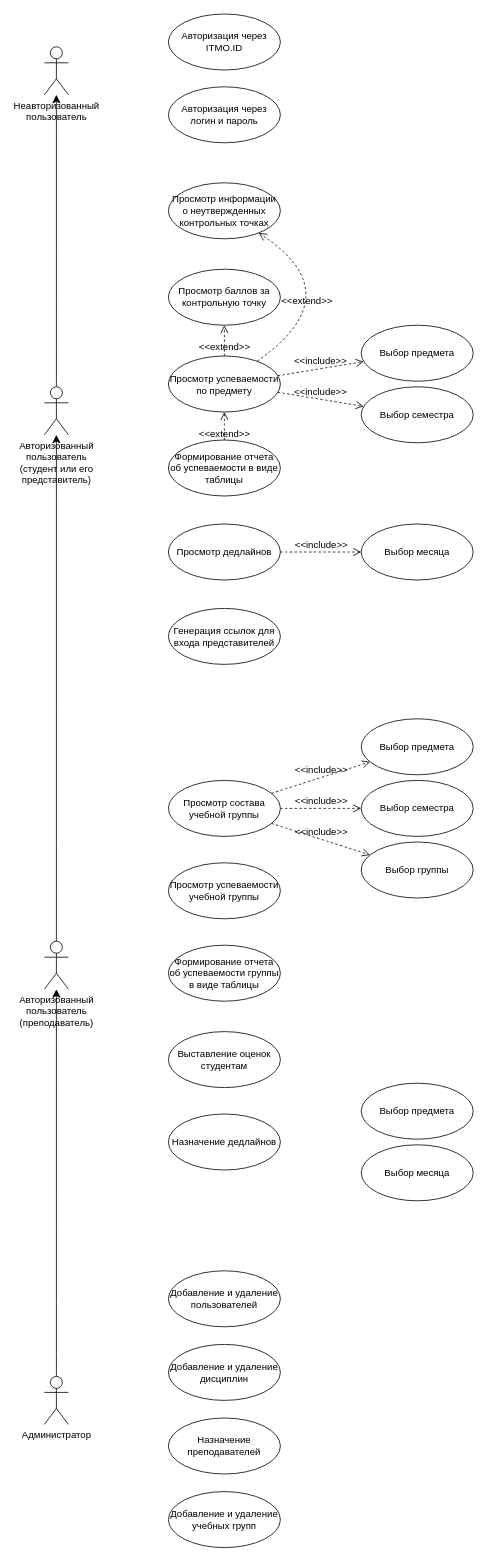
Above: OPILab1.drawio in public-v0id/ITMOOPILab1 (draw.io), before the change. Source tidied: cells renumbered, new cells numbered last; positions are measured from the earlier drawing's top-left corner, leaving out a move shared by most shapes. Both pictures are drawn from the tidied source at 80%, with x=0, y=0 at pixel (44, 14).
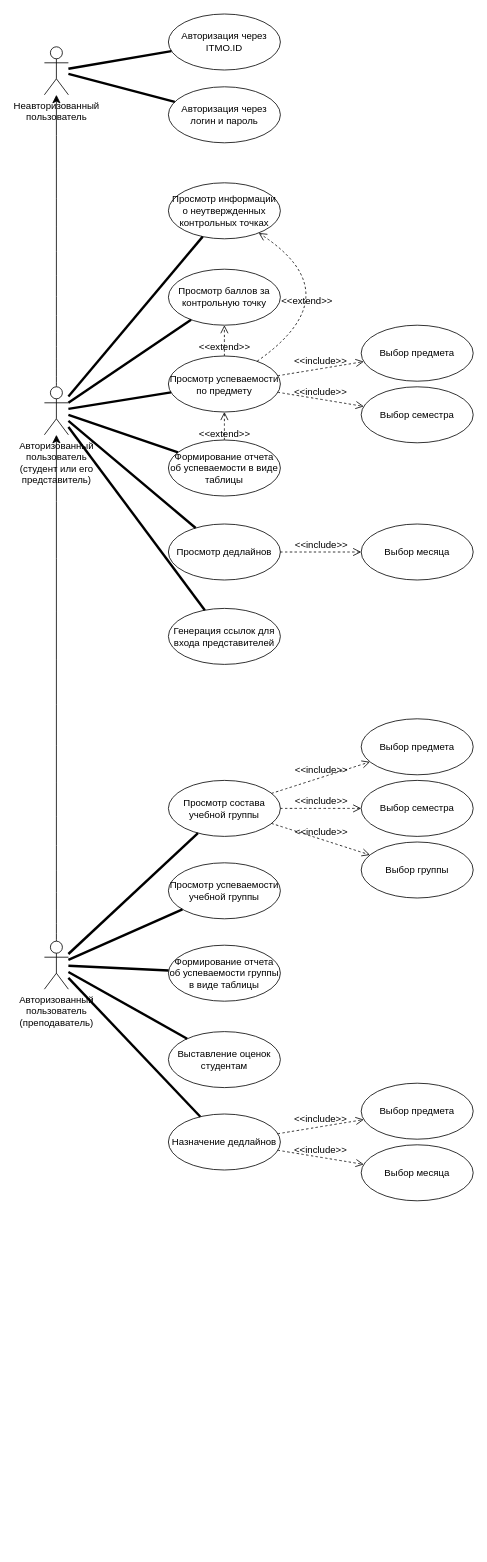
After the change.

The change refers to these unchanged cells:
```xml
<mxCell id="5" value="Авторизованный&lt;br&gt;пользователь&lt;br&gt;(преподаватель)" style="shape=umlActor;verticalLabelPosition=bottom;verticalAlign=top;html=1;" parent="1" vertex="1">
  <mxGeometry y="1159" width="30" height="60" as="geometry" />
</mxCell>
<mxCell id="7" value="&lt;div&gt;Авторизованный&lt;/div&gt;&lt;div&gt;пользователь&lt;/div&gt;&lt;div&gt;(студент или его&lt;/div&gt;&lt;div&gt;представитель)&lt;br&gt;&lt;/div&gt;" style="shape=umlActor;verticalLabelPosition=bottom;verticalAlign=top;html=1;" parent="1" vertex="1">
  <mxGeometry y="466" width="30" height="60" as="geometry" />
</mxCell>
<mxCell id="8" value="&lt;div&gt;Неавторизованный&lt;/div&gt;&lt;div&gt;пользователь&lt;br&gt;&lt;/div&gt;" style="shape=umlActor;verticalLabelPosition=bottom;verticalAlign=top;html=1;" parent="1" vertex="1">
  <mxGeometry y="41" width="30" height="60" as="geometry" />
</mxCell>
<mxCell id="9" value="&lt;div&gt;Авторизация через ITMO.ID&lt;/div&gt;" style="ellipse;whiteSpace=wrap;html=1;" parent="1" vertex="1">
  <mxGeometry x="155" width="140" height="70" as="geometry" />
</mxCell>
<mxCell id="10" value="Авторизация через логин и пароль" style="ellipse;whiteSpace=wrap;html=1;" parent="1" vertex="1">
  <mxGeometry x="155" y="91" width="140" height="70" as="geometry" />
</mxCell>
<mxCell id="11" value="Просмотр успеваемости по предмету" style="ellipse;whiteSpace=wrap;html=1;" parent="1" vertex="1">
  <mxGeometry x="155" y="427.5" width="140" height="70" as="geometry" />
</mxCell>
<mxCell id="16" value="Формирование отчета об успеваемости в виде таблицы" style="ellipse;whiteSpace=wrap;html=1;" parent="1" vertex="1">
  <mxGeometry x="155" y="532.5" width="140" height="70" as="geometry" />
</mxCell>
<mxCell id="18" value="Просмотр дедлайнов" style="ellipse;whiteSpace=wrap;html=1;" parent="1" vertex="1">
  <mxGeometry x="155" y="637.5" width="140" height="70" as="geometry" />
</mxCell>
<mxCell id="21" value="Просмотр баллов за контрольную точку" style="ellipse;whiteSpace=wrap;html=1;" parent="1" vertex="1">
  <mxGeometry x="155" y="319" width="140" height="70" as="geometry" />
</mxCell>
<mxCell id="22" value="&lt;div&gt;Просмотр информации о неутвержденных контрольных точках&lt;/div&gt;" style="ellipse;whiteSpace=wrap;html=1;" parent="1" vertex="1">
  <mxGeometry x="155" y="211" width="140" height="70" as="geometry" />
</mxCell>
<mxCell id="25" value="&lt;div&gt;Генерация ссылок для входа представителей&lt;/div&gt;" style="ellipse;whiteSpace=wrap;html=1;" parent="1" vertex="1">
  <mxGeometry x="155" y="743" width="140" height="70" as="geometry" />
</mxCell>
<mxCell id="26" value="Просмотр состава учебной группы" style="ellipse;whiteSpace=wrap;html=1;" parent="1" vertex="1">
  <mxGeometry x="155" y="958" width="140" height="70" as="geometry" />
</mxCell>
<mxCell id="33" value="Просмотр успеваемости учебной группы" style="ellipse;whiteSpace=wrap;html=1;" parent="1" vertex="1">
  <mxGeometry x="155" y="1061" width="140" height="70" as="geometry" />
</mxCell>
<mxCell id="34" value="Выставление оценок студентам" style="ellipse;whiteSpace=wrap;html=1;" parent="1" vertex="1">
  <mxGeometry x="155" y="1272" width="140" height="70" as="geometry" />
</mxCell>
<mxCell id="35" value="Назначение дедлайнов" style="ellipse;whiteSpace=wrap;html=1;" parent="1" vertex="1">
  <mxGeometry x="155" y="1375" width="140" height="70" as="geometry" />
</mxCell>
<mxCell id="36" value="Выбор предмета" style="ellipse;whiteSpace=wrap;html=1;" parent="1" vertex="1">
  <mxGeometry x="396" y="1336.5" width="140" height="70" as="geometry" />
</mxCell>
<mxCell id="37" value="Выбор месяца" style="ellipse;whiteSpace=wrap;html=1;" parent="1" vertex="1">
  <mxGeometry x="396" y="1413.5" width="140" height="70" as="geometry" />
</mxCell>
<mxCell id="38" value="&lt;div&gt;Формирование отчета об успеваемости группы в виде таблицы&lt;/div&gt;" style="ellipse;whiteSpace=wrap;html=1;" parent="1" vertex="1">
  <mxGeometry x="155" y="1164" width="140" height="70" as="geometry" />
</mxCell>
```

The edit, as a diff of the source:
```diff
@@
-    <mxCell id="2" style="edgeStyle=none;curved=1;rounded=0;jettySize=auto;html=1;fontSize=12;startSize=8;endSize=8;" parent="1" edge="1" source="3" target="5">
-      <mxGeometry relative="1" as="geometry" />
-    </mxCell>
-    <mxCell id="3" value="&lt;div&gt;Администратор&lt;/div&gt;" style="shape=umlActor;verticalLabelPosition=bottom;verticalAlign=top;html=1;" parent="1" vertex="1">
-      <mxGeometry y="1703" width="30" height="60" as="geometry" />
-    </mxCell>
@@
-    <mxCell id="39" value="Добавление и удаление пользователей" style="ellipse;whiteSpace=wrap;html=1;" parent="1" vertex="1">
-      <mxGeometry x="155" y="1571" width="140" height="70" as="geometry" />
-    </mxCell>
-    <mxCell id="40" value="Добавление и удаление дисциплин" style="ellipse;whiteSpace=wrap;html=1;" parent="1" vertex="1">
-      <mxGeometry x="155" y="1663" width="140" height="70" as="geometry" />
-    </mxCell>
-    <mxCell id="41" value="Назначение преподавателей" style="ellipse;whiteSpace=wrap;html=1;" parent="1" vertex="1">
-      <mxGeometry x="155" y="1755" width="140" height="70" as="geometry" />
-    </mxCell>
-    <mxCell id="42" value="Добавление и удаление учебных групп" style="ellipse;whiteSpace=wrap;html=1;" parent="1" vertex="1">
-      <mxGeometry x="155" y="1847" width="140" height="70" as="geometry" />
-    </mxCell>
-    <mxCell id="43" style="edgeStyle=none;curved=1;rounded=0;orthogonalLoop=1;jettySize=auto;html=1;exitX=1;exitY=0.3333333333333333;exitDx=0;exitDy=0;exitPerimeter=0;fontSize=12;startSize=8;endSize=8;" parent="1" edge="1" source="3" target="3">
-      <mxGeometry relative="1" as="geometry" />
+    <mxCell id="43" style="edgeStyle=none;curved=1;rounded=0;orthogonalLoop=1;jettySize=auto;html=1;exitX=1;exitY=0.3333333333333333;exitDx=0;exitDy=0;exitPerimeter=0;fontSize=12;startSize=8;endSize=8;" parent="1" edge="1">
+      <mxGeometry relative="1" as="geometry">
+        <mxPoint x="30" y="1723" as="sourcePoint" />
+        <mxPoint x="30" y="1723" as="targetPoint" />
+      </mxGeometry>
     </mxCell>
+    <mxCell id="44" style="endArrow=none;startArrow=none;endFill=0;startFill=0;endSize=8;html=1;verticalAlign=bottom;labelBackgroundColor=none;strokeWidth=3;rounded=0;" parent="1" edge="1" source="8" target="9">
+      <mxGeometry relative="1" as="geometry" />
+    </mxCell>
+    <mxCell id="45" style="endArrow=none;startArrow=none;endFill=0;startFill=0;endSize=8;html=1;verticalAlign=bottom;labelBackgroundColor=none;strokeWidth=3;rounded=0;" parent="1" edge="1" source="8" target="10">
+      <mxGeometry relative="1" as="geometry" />
+    </mxCell>
+    <mxCell id="46" style="endArrow=none;startArrow=none;endFill=0;startFill=0;endSize=8;html=1;verticalAlign=bottom;labelBackgroundColor=none;strokeWidth=3;rounded=0;" parent="1" edge="1" source="7" target="22">
+      <mxGeometry relative="1" as="geometry" />
+    </mxCell>
+    <mxCell id="47" style="endArrow=none;startArrow=none;endFill=0;startFill=0;endSize=8;html=1;verticalAlign=bottom;labelBackgroundColor=none;strokeWidth=3;rounded=0;" parent="1" edge="1" source="7" target="21">
+      <mxGeometry relative="1" as="geometry" />
+    </mxCell>
+    <mxCell id="48" style="endArrow=none;startArrow=none;endFill=0;startFill=0;endSize=8;html=1;verticalAlign=bottom;labelBackgroundColor=none;strokeWidth=3;rounded=0;" parent="1" edge="1" source="7" target="11">
+      <mxGeometry relative="1" as="geometry" />
+    </mxCell>
+    <mxCell id="49" style="endArrow=none;startArrow=none;endFill=0;startFill=0;endSize=8;html=1;verticalAlign=bottom;labelBackgroundColor=none;strokeWidth=3;rounded=0;" parent="1" edge="1" source="18" target="7">
+      <mxGeometry relative="1" as="geometry" />
+    </mxCell>
+    <mxCell id="50" style="endArrow=none;startArrow=none;endFill=0;startFill=0;endSize=8;html=1;verticalAlign=bottom;labelBackgroundColor=none;strokeWidth=3;rounded=0;" parent="1" edge="1" source="7" target="25">
+      <mxGeometry relative="1" as="geometry" />
+    </mxCell>
+    <mxCell id="51" style="endArrow=none;startArrow=none;endFill=0;startFill=0;endSize=8;html=1;verticalAlign=bottom;labelBackgroundColor=none;strokeWidth=3;rounded=0;" parent="1" edge="1" source="7" target="16">
+      <mxGeometry relative="1" as="geometry" />
+    </mxCell>
+    <mxCell id="52" style="endArrow=none;startArrow=none;endFill=0;startFill=0;endSize=8;html=1;verticalAlign=bottom;labelBackgroundColor=none;strokeWidth=3;rounded=0;" parent="1" edge="1" source="5" target="33">
+      <mxGeometry relative="1" as="geometry" />
+    </mxCell>
+    <mxCell id="53" style="endArrow=none;startArrow=none;endFill=0;startFill=0;endSize=8;html=1;verticalAlign=bottom;labelBackgroundColor=none;strokeWidth=3;rounded=0;" parent="1" edge="1" source="5" target="38">
+      <mxGeometry relative="1" as="geometry" />
+    </mxCell>
+    <mxCell id="54" style="endArrow=none;startArrow=none;endFill=0;startFill=0;endSize=8;html=1;verticalAlign=bottom;labelBackgroundColor=none;strokeWidth=3;rounded=0;" parent="1" edge="1" source="5" target="26">
+      <mxGeometry relative="1" as="geometry" />
+    </mxCell>
+    <mxCell id="55" style="endArrow=none;startArrow=none;endFill=0;startFill=0;endSize=8;html=1;verticalAlign=bottom;labelBackgroundColor=none;strokeWidth=3;rounded=0;" parent="1" edge="1" source="5" target="34">
+      <mxGeometry relative="1" as="geometry" />
+    </mxCell>
+    <mxCell id="56" style="endArrow=none;startArrow=none;endFill=0;startFill=0;endSize=8;html=1;verticalAlign=bottom;labelBackgroundColor=none;strokeWidth=3;rounded=0;" parent="1" edge="1" source="35" target="5">
+      <mxGeometry relative="1" as="geometry" />
+    </mxCell>
+    <mxCell id="57" value="&amp;lt;&amp;lt;include&amp;gt;&amp;gt;" style="html=1;verticalAlign=bottom;labelBackgroundColor=none;endArrow=open;endFill=0;dashed=1;rounded=0;fontSize=12;startSize=8;endSize=8;curved=1;" parent="1" edge="1" source="35" target="36">
+      <mxGeometry relative="1" as="geometry" />
+    </mxCell>
+    <mxCell id="58" value="&amp;lt;&amp;lt;include&amp;gt;&amp;gt;" style="html=1;verticalAlign=bottom;labelBackgroundColor=none;endArrow=open;endFill=0;dashed=1;rounded=0;fontSize=12;startSize=8;endSize=8;curved=1;" parent="1" edge="1" source="35" target="37">
+      <mxGeometry relative="1" as="geometry" />
+    </mxCell>
```
